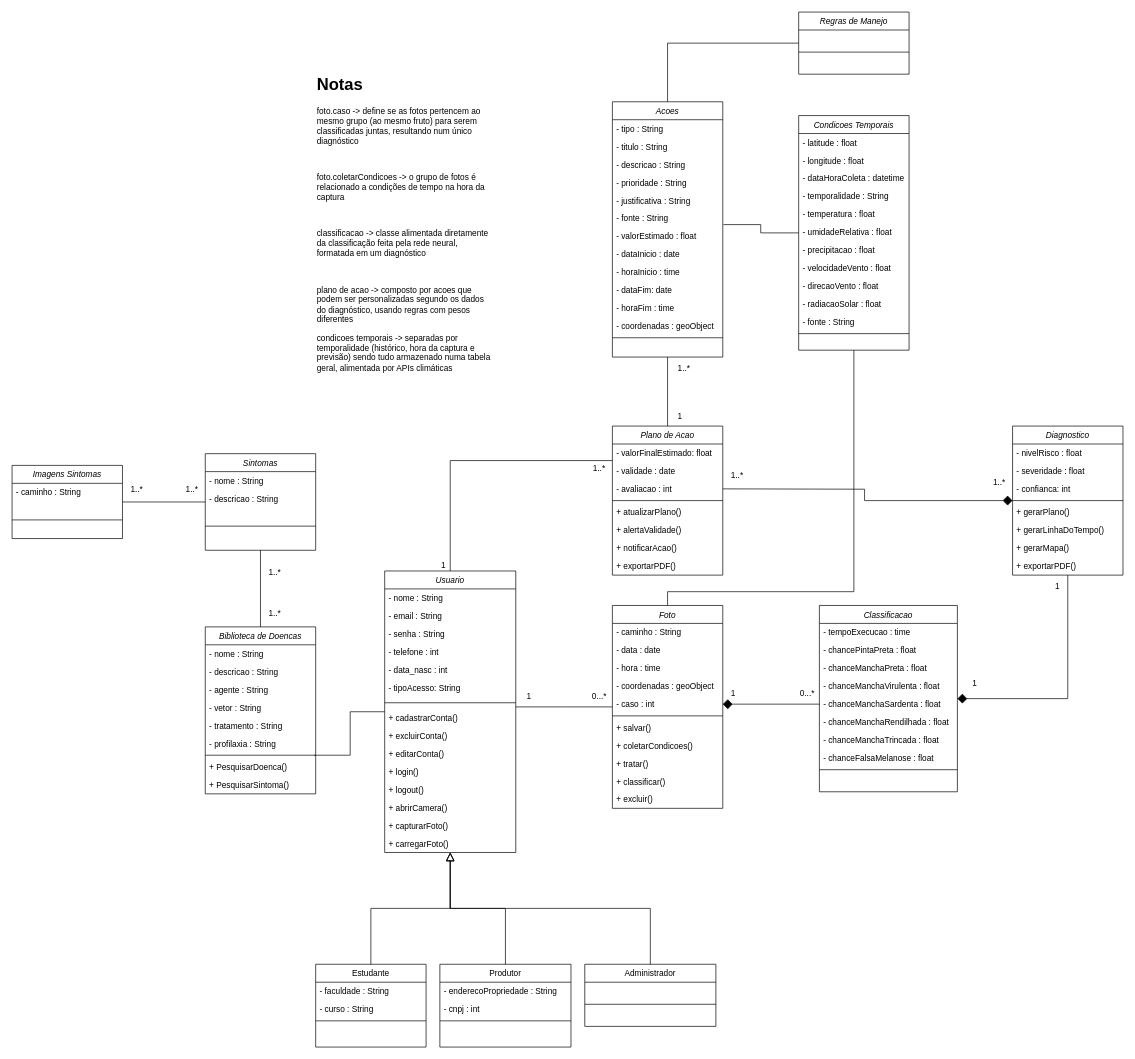
Before: uml/classes_blackspot.drawio in guilhermexmada/pi-ponskan, a draw.io diagram. Source tidied: cells renumbered, new cells numbered last; positions are measured from the earlier drawing's top-left corner, leaving out a move shared by most shapes. Both pictures are drawn from the tidied source at 69%, with x=0, y=0 at pixel (12, 12).
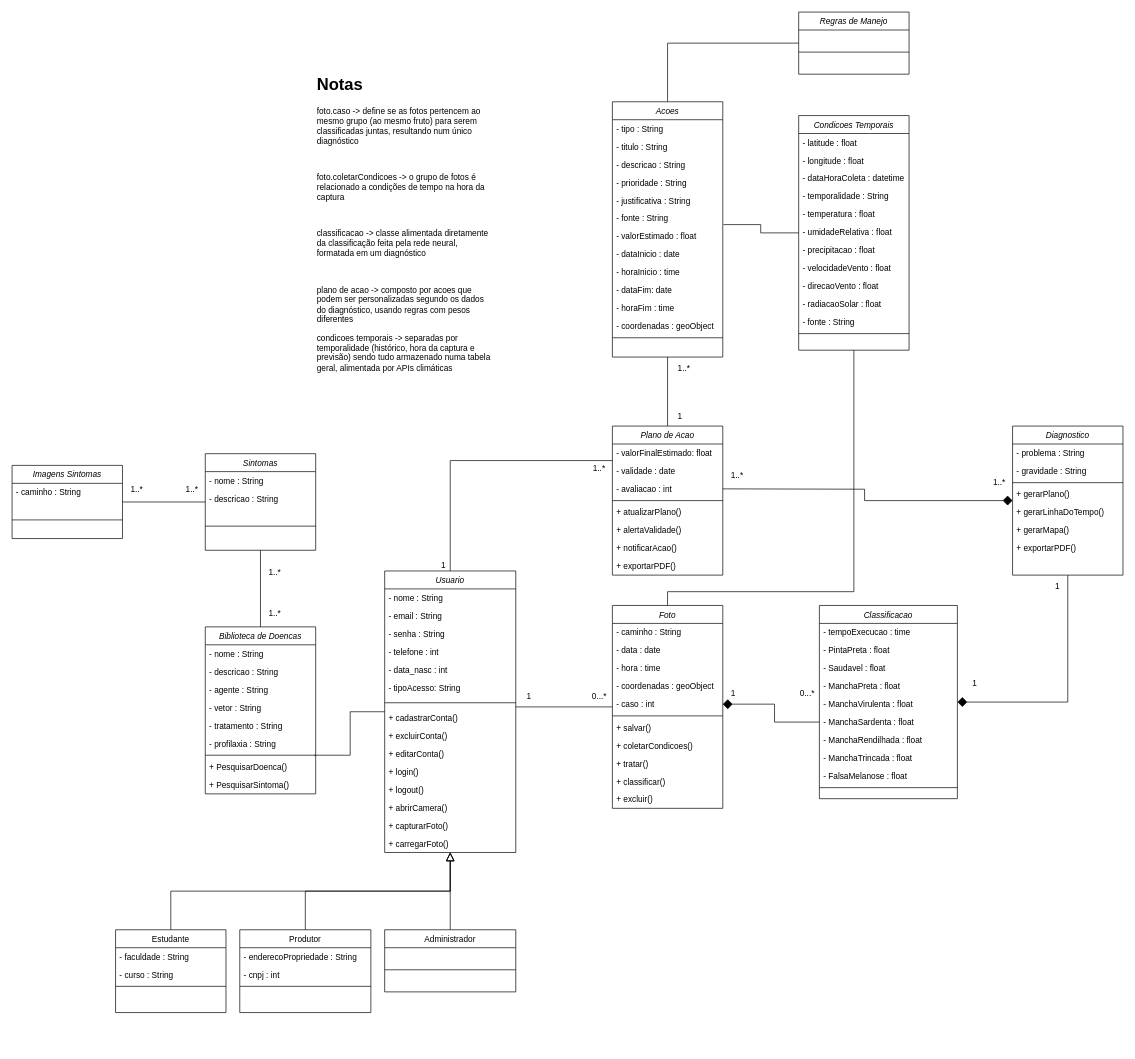
The same page after the edit.

The change refers to these unchanged cells:
```xml
<mxCell id="72" value="Diagnostico" style="swimlane;fontStyle=2;align=center;verticalAlign=top;horizontal=1;startSize=26;rounded=0;shadow=0;strokeWidth=1;" parent="1" vertex="1">
  <mxGeometry x="1450" y="600" width="160" height="216" as="geometry" />
</mxCell>
```

Diff of the diagram source:
```diff
@@
     <mxCell id="18" value="Estudante" style="swimlane;fontStyle=0;align=center;verticalAlign=top;horizontal=1;startSize=26;rounded=0;shadow=0;strokeWidth=1;" parent="1" vertex="1">
-      <mxGeometry x="440" y="1380" width="160" height="120" as="geometry" />
+      <mxGeometry x="150" y="1330" width="160" height="120" as="geometry" />
     </mxCell>
@@
     <mxCell id="23" value="Produtor" style="swimlane;fontStyle=0;align=center;verticalAlign=top;horizontal=1;startSize=26;rounded=0;shadow=0;strokeWidth=1;" parent="1" vertex="1">
-      <mxGeometry x="620" y="1380" width="190" height="120" as="geometry" />
+      <mxGeometry x="330" y="1330" width="190" height="120" as="geometry" />
     </mxCell>
@@
     <mxCell id="45" value="Classificacao" style="swimlane;fontStyle=2;align=center;verticalAlign=top;horizontal=1;startSize=26;rounded=0;shadow=0;strokeWidth=1;" parent="1" vertex="1">
-      <mxGeometry x="1170" y="860" width="200" height="270" as="geometry" />
+      <mxGeometry x="1170" y="860" width="200" height="280" as="geometry" />
     </mxCell>
@@
-    <mxCell id="47" value="- chancePintaPreta : float" style="text;align=left;verticalAlign=top;spacingLeft=4;spacingRight=4;overflow=hidden;rounded=0;shadow=0;html=0;" parent="45" vertex="1">
+    <mxCell id="47" value="- PintaPreta : float" style="text;align=left;verticalAlign=top;spacingLeft=4;spacingRight=4;overflow=hidden;rounded=0;shadow=0;html=0;" parent="45" vertex="1">
       <mxGeometry y="52" width="200" height="26" as="geometry" />
     </mxCell>
+    <mxCell id="146" value="- Saudavel : float" style="text;align=left;verticalAlign=top;spacingLeft=4;spacingRight=4;overflow=hidden;rounded=0;shadow=0;html=0;" parent="45" vertex="1">
+      <mxGeometry y="78" width="200" height="26" as="geometry" />
+    </mxCell>
-    <mxCell id="48" value="- chanceManchaPreta : float" style="text;align=left;verticalAlign=top;spacingLeft=4;spacingRight=4;overflow=hidden;rounded=0;shadow=0;html=0;" parent="45" vertex="1">
-      <mxGeometry y="78" width="200" height="26" as="geometry" />
+    <mxCell id="48" value="- ManchaPreta : float" style="text;align=left;verticalAlign=top;spacingLeft=4;spacingRight=4;overflow=hidden;rounded=0;shadow=0;html=0;" parent="45" vertex="1">
+      <mxGeometry y="104" width="200" height="26" as="geometry" />
     </mxCell>
-    <mxCell id="49" value="- chanceManchaVirulenta : float" style="text;align=left;verticalAlign=top;spacingLeft=4;spacingRight=4;overflow=hidden;rounded=0;shadow=0;html=0;" parent="45" vertex="1">
-      <mxGeometry y="104" width="200" height="26" as="geometry" />
+    <mxCell id="49" value="- ManchaVirulenta : float" style="text;align=left;verticalAlign=top;spacingLeft=4;spacingRight=4;overflow=hidden;rounded=0;shadow=0;html=0;" parent="45" vertex="1">
+      <mxGeometry y="130" width="200" height="26" as="geometry" />
     </mxCell>
-    <mxCell id="50" value="- chanceManchaSardenta : float" style="text;align=left;verticalAlign=top;spacingLeft=4;spacingRight=4;overflow=hidden;points=[[0,0.5],[1,0.5]];portConstraint=eastwest;rounded=0;shadow=0;html=0;" parent="45" vertex="1">
-      <mxGeometry y="130" width="200" height="26" as="geometry" />
+    <mxCell id="50" value="- ManchaSardenta : float" style="text;align=left;verticalAlign=top;spacingLeft=4;spacingRight=4;overflow=hidden;points=[[0,0.5],[1,0.5]];portConstraint=eastwest;rounded=0;shadow=0;html=0;" parent="45" vertex="1">
+      <mxGeometry y="156" width="200" height="26" as="geometry" />
     </mxCell>
-    <mxCell id="51" value="- chanceManchaRendilhada : float" style="text;align=left;verticalAlign=top;spacingLeft=4;spacingRight=4;overflow=hidden;rounded=0;shadow=0;html=0;" parent="45" vertex="1">
-      <mxGeometry y="156" width="200" height="26" as="geometry" />
+    <mxCell id="51" value="- ManchaRendilhada : float" style="text;align=left;verticalAlign=top;spacingLeft=4;spacingRight=4;overflow=hidden;rounded=0;shadow=0;html=0;" parent="45" vertex="1">
+      <mxGeometry y="182" width="200" height="26" as="geometry" />
     </mxCell>
-    <mxCell id="52" value="- chanceManchaTrincada : float" style="text;align=left;verticalAlign=top;spacingLeft=4;spacingRight=4;overflow=hidden;rounded=0;shadow=0;html=0;" parent="45" vertex="1">
-      <mxGeometry y="182" width="200" height="26" as="geometry" />
+    <mxCell id="52" value="- ManchaTrincada : float" style="text;align=left;verticalAlign=top;spacingLeft=4;spacingRight=4;overflow=hidden;rounded=0;shadow=0;html=0;" parent="45" vertex="1">
+      <mxGeometry y="208" width="200" height="26" as="geometry" />
     </mxCell>
-    <mxCell id="53" value="- chanceFalsaMelanose : float" style="text;align=left;verticalAlign=top;spacingLeft=4;spacingRight=4;overflow=hidden;rounded=0;shadow=0;html=0;" parent="45" vertex="1">
-      <mxGeometry y="208" width="200" height="26" as="geometry" />
+    <mxCell id="53" value="- FalsaMelanose : float" style="text;align=left;verticalAlign=top;spacingLeft=4;spacingRight=4;overflow=hidden;rounded=0;shadow=0;html=0;" parent="45" vertex="1">
+      <mxGeometry y="234" width="200" height="26" as="geometry" />
     </mxCell>
     <mxCell id="54" style="line;html=1;strokeWidth=1;align=left;verticalAlign=middle;spacingTop=-1;spacingLeft=3;spacingRight=3;labelPosition=right;" parent="45" vertex="1">
-      <mxGeometry y="234" width="200" height="8" as="geometry" />
+      <mxGeometry y="260" width="200" height="8" as="geometry" />
     </mxCell>
@@
-    <mxCell id="73" value="- nivelRisco : float" style="text;align=left;verticalAlign=top;spacingLeft=4;spacingRight=4;overflow=hidden;" parent="72" vertex="1">
+    <mxCell id="73" value="- problema : String" style="text;align=left;verticalAlign=top;spacingLeft=4;spacingRight=4;overflow=hidden;" parent="72" vertex="1">
       <mxGeometry y="26" width="160" height="26" as="geometry" />
     </mxCell>
-    <mxCell id="74" value="- severidade : float" style="text;align=left;verticalAlign=top;spacingLeft=4;spacingRight=4;overflow=hidden;" parent="72" vertex="1">
+    <mxCell id="74" value="- gravidade : String" style="text;align=left;verticalAlign=top;spacingLeft=4;spacingRight=4;overflow=hidden;" parent="72" vertex="1">
       <mxGeometry y="52" width="160" height="26" as="geometry" />
     </mxCell>
-    <mxCell id="75" value="- confianca: int" style="text;align=left;verticalAlign=top;spacingLeft=4;spacingRight=4;overflow=hidden;" parent="72" vertex="1">
-      <mxGeometry y="78" width="160" height="26" as="geometry" />
-    </mxCell>
     <mxCell id="76" style="line;html=1;strokeWidth=1;align=left;verticalAlign=middle;spacingTop=-1;spacingLeft=3;spacingRight=3;labelPosition=right;" parent="72" vertex="1">
-      <mxGeometry y="104" width="160" height="8" as="geometry" />
+      <mxGeometry y="78" width="160" height="8" as="geometry" />
     </mxCell>
     <mxCell id="77" value="+ gerarPlano()" style="text;align=left;verticalAlign=top;spacingLeft=4;spacingRight=4;overflow=hidden;rounded=0;shadow=0;html=0;" parent="72" vertex="1">
-      <mxGeometry y="112" width="160" height="26" as="geometry" />
+      <mxGeometry y="86" width="160" height="26" as="geometry" />
     </mxCell>
     <mxCell id="78" value="+ gerarLinhaDoTempo()" style="text;align=left;verticalAlign=top;spacingLeft=4;spacingRight=4;overflow=hidden;rounded=0;shadow=0;html=0;" parent="72" vertex="1">
-      <mxGeometry y="138" width="160" height="26" as="geometry" />
+      <mxGeometry y="112" width="160" height="26" as="geometry" />
     </mxCell>
     <mxCell id="79" value="+ gerarMapa()" style="text;align=left;verticalAlign=top;spacingLeft=4;spacingRight=4;overflow=hidden;rounded=0;shadow=0;html=0;" parent="72" vertex="1">
-      <mxGeometry y="164" width="160" height="26" as="geometry" />
+      <mxGeometry y="138" width="160" height="26" as="geometry" />
     </mxCell>
     <mxCell id="80" value="+ exportarPDF()" style="text;align=left;verticalAlign=top;spacingLeft=4;spacingRight=4;overflow=hidden;rounded=0;shadow=0;html=0;" parent="72" vertex="1">
-      <mxGeometry y="190" width="160" height="26" as="geometry" />
+      <mxGeometry y="164" width="160" height="26" as="geometry" />
     </mxCell>
@@
     <mxCell id="142" value="Administrador" style="swimlane;fontStyle=0;align=center;verticalAlign=top;horizontal=1;startSize=26;rounded=0;shadow=0;strokeWidth=1;" parent="1" vertex="1">
-      <mxGeometry x="830" y="1380" width="190" height="90" as="geometry" />
+      <mxGeometry x="540" y="1330" width="190" height="90" as="geometry" />
     </mxCell>
```
